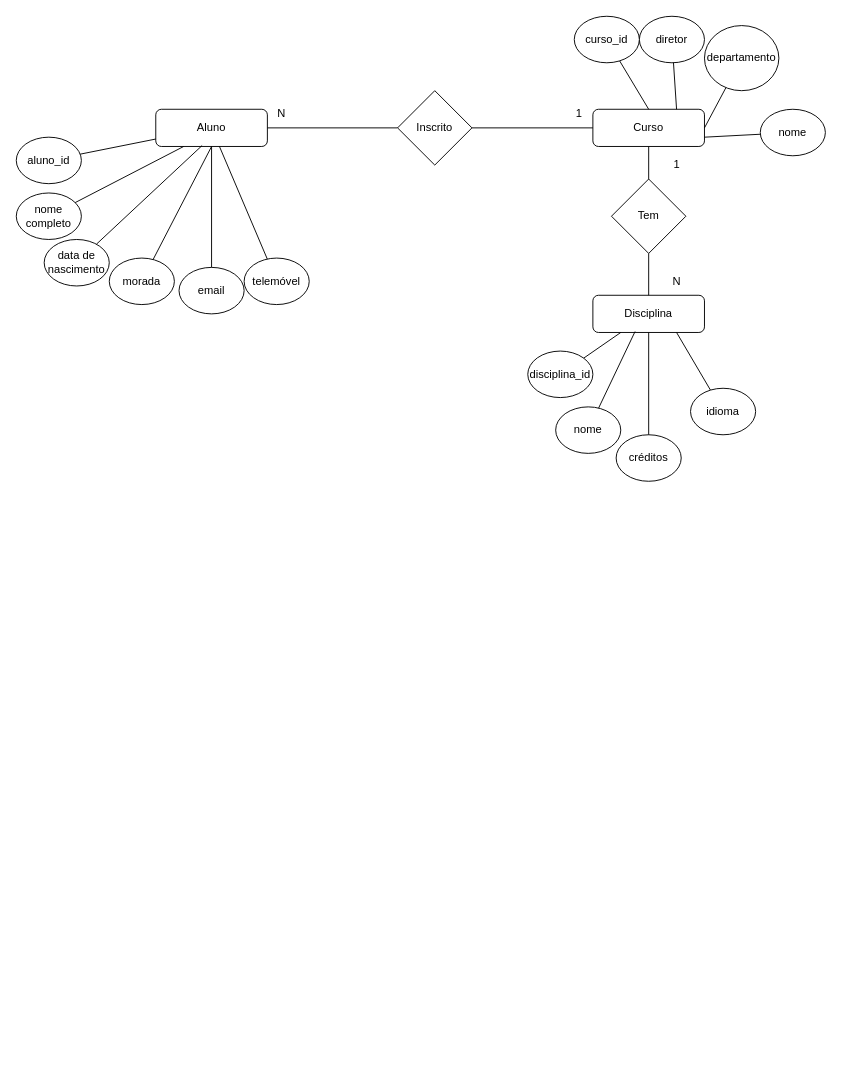
Earlier version of the draw.io diagram Diagrama sem nome.drawio (danielarraiol02/tpsi-sgbd-2065422-25). Source tidied: cells renumbered, new cells numbered last; positions are measured from the earlier drawing's top-left corner, leaving out a move shared by most shapes. Both pictures are drawn from the tidied source at 93%, with x=0, y=0 at pixel (16, 16).
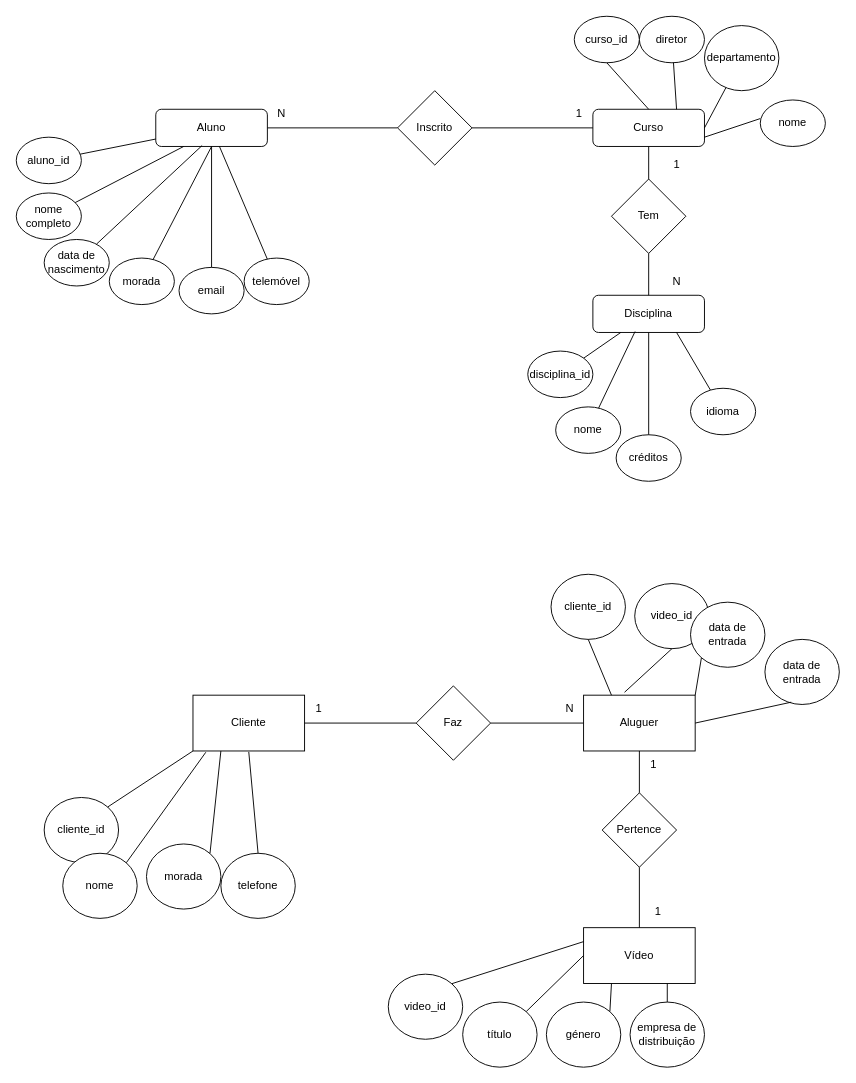
The same diagram, later.

Unchanged cells that the change refers to:
```xml
<mxCell id="4" value="Curso" style="rounded=1;whiteSpace=wrap;html=1;fontSize=12;glass=0;strokeWidth=1;shadow=0;" parent="1" vertex="1">
  <mxGeometry x="620" y="100" width="120" height="40" as="geometry" />
</mxCell>
<mxCell id="32" value="curso_id" style="ellipse;whiteSpace=wrap;html=1;" parent="1" vertex="1">
  <mxGeometry x="600" width="70" height="50" as="geometry" />
</mxCell>
```

Diff of the diagram source:
```diff
@@
-    <mxCell id="33" style="endArrow=none;html=1;rounded=0;entryX=0.5;entryY=0;entryDx=0;entryDy=0;" parent="1" edge="1" source="32" target="4">
+    <mxCell id="33" style="endArrow=none;html=1;rounded=0;entryX=0.5;entryY=0;entryDx=0;entryDy=0;exitX=0.5;exitY=1;exitDx=0;exitDy=0;" parent="1" edge="1" source="32" target="4">
       <mxGeometry relative="1" as="geometry" />
     </mxCell>
     <mxCell id="34" value="nome" style="ellipse;whiteSpace=wrap;html=1;" parent="1" vertex="1">
-      <mxGeometry x="800" y="100" width="70" height="50" as="geometry" />
+      <mxGeometry x="800" y="90" width="70" height="50" as="geometry" />
     </mxCell>
-    <mxCell id="35" style="endArrow=none;html=1;rounded=0;entryX=1;entryY=0.75;entryDx=0;entryDy=0;" parent="1" edge="1" source="34" target="4">
+    <mxCell id="35" style="endArrow=none;html=1;rounded=0;entryX=1;entryY=0.75;entryDx=0;entryDy=0;exitX=0;exitY=0.4;exitDx=0;exitDy=0;exitPerimeter=0;" parent="1" edge="1" source="34" target="4">
       <mxGeometry relative="1" as="geometry" />
     </mxCell>
@@
+    <mxCell id="44" value="Cliente" style="rounded=0;whiteSpace=wrap;html=1;" parent="1" vertex="1">
+      <mxGeometry x="190" y="730" width="120" height="60" as="geometry" />
+    </mxCell>
+    <mxCell id="45" value="Aluguer" style="rounded=0;whiteSpace=wrap;html=1;" parent="1" vertex="1">
+      <mxGeometry x="610" y="730" width="120" height="60" as="geometry" />
+    </mxCell>
+    <mxCell id="46" value="cliente_id" style="ellipse;whiteSpace=wrap;html=1;" parent="1" vertex="1">
+      <mxGeometry x="30" y="840" width="80" height="70" as="geometry" />
+    </mxCell>
+    <mxCell id="47" style="endArrow=none;html=1;rounded=0;exitX=1;exitY=0;exitDx=0;exitDy=0;entryX=0;entryY=1;entryDx=0;entryDy=0;" parent="1" edge="1" source="46" target="44">
+      <mxGeometry relative="1" as="geometry" />
+    </mxCell>
+    <mxCell id="48" value="morada" style="ellipse;whiteSpace=wrap;html=1;" parent="1" vertex="1">
+      <mxGeometry x="140" y="890" width="80" height="70" as="geometry" />
+    </mxCell>
+    <mxCell id="49" style="endArrow=none;html=1;rounded=0;exitX=1;exitY=0;exitDx=0;exitDy=0;entryX=0.25;entryY=1;entryDx=0;entryDy=0;" parent="1" edge="1" source="48" target="44">
+      <mxGeometry relative="1" as="geometry" />
+    </mxCell>
+    <mxCell id="50" value="nome" style="ellipse;whiteSpace=wrap;html=1;" parent="1" vertex="1">
+      <mxGeometry x="50" y="900" width="80" height="70" as="geometry" />
+    </mxCell>
+    <mxCell id="51" style="endArrow=none;html=1;rounded=0;exitX=1;exitY=0;exitDx=0;exitDy=0;entryX=0.115;entryY=1.023;entryDx=0;entryDy=0;entryPerimeter=0;" parent="1" edge="1" source="50" target="44">
+      <mxGeometry relative="1" as="geometry" />
+    </mxCell>
+    <mxCell id="52" value="telefone" style="ellipse;whiteSpace=wrap;html=1;" parent="1" vertex="1">
+      <mxGeometry x="220" y="900" width="80" height="70" as="geometry" />
+    </mxCell>
+    <mxCell id="53" style="endArrow=none;html=1;rounded=0;exitX=0.5;exitY=0;exitDx=0;exitDy=0;" parent="1" edge="1" source="52">
+      <mxGeometry relative="1" as="geometry">
+        <mxPoint x="250" y="791" as="targetPoint" />
+      </mxGeometry>
+    </mxCell>
+    <mxCell id="54" value="Faz" style="rhombus;whiteSpace=wrap;html=1;" parent="1" vertex="1">
+      <mxGeometry x="430" y="720" width="80" height="80" as="geometry" />
+    </mxCell>
+    <mxCell id="55" style="endArrow=none;html=1;rounded=0;entryX=0;entryY=0.5;entryDx=0;entryDy=0;exitX=1;exitY=0.5;exitDx=0;exitDy=0;" parent="1" edge="1" source="44" target="54">
+      <mxGeometry relative="1" as="geometry" />
+    </mxCell>
+    <mxCell id="56" style="endArrow=none;html=1;rounded=0;entryX=0;entryY=0.5;entryDx=0;entryDy=0;exitX=1;exitY=0.5;exitDx=0;exitDy=0;" parent="1" edge="1" source="54" target="45">
+      <mxGeometry relative="1" as="geometry" />
+    </mxCell>
+    <mxCell id="57" value="1" style="text;html=1;align=center;verticalAlign=middle;strokeColor=none;fillColor=none;" parent="1" vertex="1">
+      <mxGeometry x="310" y="730" width="30" height="30" as="geometry" />
+    </mxCell>
+    <mxCell id="58" value="N" style="text;html=1;align=center;verticalAlign=middle;strokeColor=none;fillColor=none;" parent="1" vertex="1">
+      <mxGeometry x="580" y="730" width="30" height="30" as="geometry" />
+    </mxCell>
+    <mxCell id="59" value="Vídeo" style="rounded=0;whiteSpace=wrap;html=1;" parent="1" vertex="1">
+      <mxGeometry x="610" y="980" width="120" height="60" as="geometry" />
+    </mxCell>
+    <mxCell id="60" value="Pertence" style="rhombus;whiteSpace=wrap;html=1;" parent="1" vertex="1">
+      <mxGeometry x="630" y="835" width="80" height="80" as="geometry" />
+    </mxCell>
+    <mxCell id="61" style="endArrow=none;html=1;rounded=0;entryX=0.5;entryY=1;entryDx=0;entryDy=0;exitX=0.5;exitY=0;exitDx=0;exitDy=0;" parent="1" edge="1" source="60" target="45">
+      <mxGeometry relative="1" as="geometry" />
+    </mxCell>
+    <mxCell id="62" style="endArrow=none;html=1;rounded=0;entryX=0.5;entryY=1;entryDx=0;entryDy=0;exitX=0.5;exitY=0;exitDx=0;exitDy=0;" parent="1" edge="1" source="59" target="60">
+      <mxGeometry relative="1" as="geometry" />
+    </mxCell>
+    <mxCell id="63" value="1" style="text;html=1;align=center;verticalAlign=middle;strokeColor=none;fillColor=none;" parent="1" vertex="1">
+      <mxGeometry x="670" y="790" width="30" height="30" as="geometry" />
+    </mxCell>
+    <mxCell id="64" value="1" style="text;html=1;align=center;verticalAlign=middle;strokeColor=none;fillColor=none;" parent="1" vertex="1">
+      <mxGeometry x="675" y="948" width="30" height="30" as="geometry" />
+    </mxCell>
+    <mxCell id="65" value="video_id" style="ellipse;whiteSpace=wrap;html=1;" parent="1" vertex="1">
+      <mxGeometry x="400" y="1030" width="80" height="70" as="geometry" />
+    </mxCell>
+    <mxCell id="66" style="endArrow=none;html=1;rounded=0;exitX=1;exitY=0;exitDx=0;exitDy=0;entryX=0;entryY=0.25;entryDx=0;entryDy=0;" parent="1" edge="1" source="65" target="59">
+      <mxGeometry relative="1" as="geometry" />
+    </mxCell>
+    <mxCell id="67" value="género" style="ellipse;whiteSpace=wrap;html=1;" parent="1" vertex="1">
+      <mxGeometry x="570" y="1060" width="80" height="70" as="geometry" />
+    </mxCell>
+    <mxCell id="68" style="endArrow=none;html=1;rounded=0;exitX=1;exitY=0;exitDx=0;exitDy=0;entryX=0.25;entryY=1;entryDx=0;entryDy=0;" parent="1" edge="1" source="67" target="59">
+      <mxGeometry relative="1" as="geometry" />
+    </mxCell>
+    <mxCell id="69" value="título" style="ellipse;whiteSpace=wrap;html=1;" parent="1" vertex="1">
+      <mxGeometry x="480" y="1060" width="80" height="70" as="geometry" />
+    </mxCell>
+    <mxCell id="70" style="endArrow=none;html=1;rounded=0;exitX=1;exitY=0;exitDx=0;exitDy=0;entryX=0;entryY=0.5;entryDx=0;entryDy=0;" parent="1" edge="1" source="69" target="59">
+      <mxGeometry relative="1" as="geometry" />
+    </mxCell>
+    <mxCell id="71" value="empresa de distribuição" style="ellipse;whiteSpace=wrap;html=1;" parent="1" vertex="1">
+      <mxGeometry x="660" y="1060" width="80" height="70" as="geometry" />
+    </mxCell>
+    <mxCell id="72" style="endArrow=none;html=1;rounded=0;exitX=0.5;exitY=0;exitDx=0;exitDy=0;entryX=0.75;entryY=1;entryDx=0;entryDy=0;" parent="1" edge="1" source="71" target="59">
+      <mxGeometry relative="1" as="geometry" />
+    </mxCell>
+    <mxCell id="73" value="cliente_id" style="ellipse;whiteSpace=wrap;html=1;" parent="1" vertex="1">
+      <mxGeometry x="575" y="600" width="80" height="70" as="geometry" />
+    </mxCell>
+    <mxCell id="74" style="endArrow=none;html=1;rounded=0;exitX=0.5;exitY=1;exitDx=0;exitDy=0;entryX=0.25;entryY=0;entryDx=0;entryDy=0;" parent="1" edge="1" source="73" target="45">
+      <mxGeometry relative="1" as="geometry" />
+    </mxCell>
+    <mxCell id="75" value="video_id" style="ellipse;whiteSpace=wrap;html=1;" parent="1" vertex="1">
+      <mxGeometry x="665" y="610" width="80" height="70" as="geometry" />
+    </mxCell>
+    <mxCell id="76" style="endArrow=none;html=1;rounded=0;exitX=0.5;exitY=1;exitDx=0;exitDy=0;entryX=0.367;entryY=-0.052;entryDx=0;entryDy=0;entryPerimeter=0;" parent="1" edge="1" source="75" target="45">
+      <mxGeometry relative="1" as="geometry" />
+    </mxCell>
+    <mxCell id="77" value="data de entrada" style="ellipse;whiteSpace=wrap;html=1;" parent="1" vertex="1">
+      <mxGeometry x="725" y="630" width="80" height="70" as="geometry" />
+    </mxCell>
+    <mxCell id="78" style="endArrow=none;html=1;rounded=0;exitX=0;exitY=1;exitDx=0;exitDy=0;entryX=1;entryY=0;entryDx=0;entryDy=0;" parent="1" edge="1" source="77" target="45">
+      <mxGeometry relative="1" as="geometry" />
+    </mxCell>
+    <mxCell id="79" value="data de entrada" style="ellipse;whiteSpace=wrap;html=1;" parent="1" vertex="1">
+      <mxGeometry x="805" y="670" width="80" height="70" as="geometry" />
+    </mxCell>
+    <mxCell id="80" style="endArrow=none;html=1;rounded=0;exitX=0.353;exitY=0.965;exitDx=0;exitDy=0;entryX=1;entryY=0.5;entryDx=0;entryDy=0;exitPerimeter=0;" parent="1" edge="1" source="79" target="45">
+      <mxGeometry relative="1" as="geometry" />
+    </mxCell>
```
